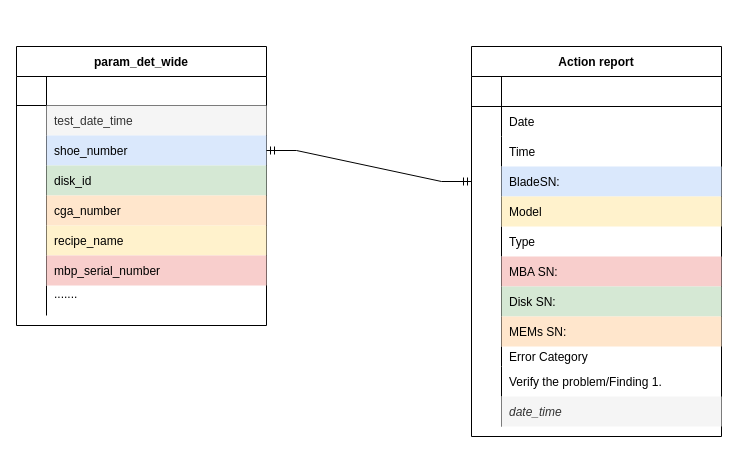
Above: Untitled Diagram.drawio in Panhavath/cv (draw.io), before the change. Source tidied: cells renumbered, new cells numbered last; positions are measured from the earlier drawing's top-left corner, leaving out a move shared by most shapes. Both pictures are drawn from the tidied source at 100%, with x=0, y=0 at pixel (16, 46).
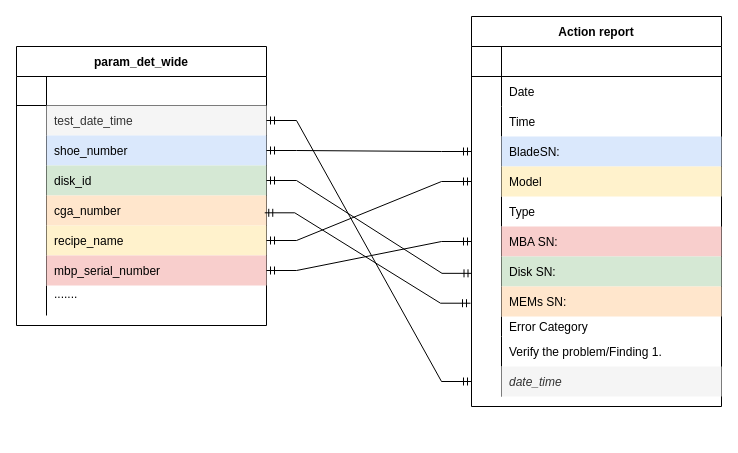
After the change.

Unchanged cells that the change refers to:
```xml
<mxCell id="6" style="shape=partialRectangle;fillColor=none;points=[[0,0.5],[1,0.5]];portConstraint=eastwest;top=0;left=0;right=0;bottom=0;" parent="2" vertex="1">
  <mxGeometry y="59" width="250" height="30" as="geometry" />
</mxCell>
<mxCell id="12" style="shape=tableRow;horizontal=0;startSize=0;swimlaneHead=0;swimlaneBody=0;fillColor=none;points=[[0,0.5],[1,0.5]];portConstraint=eastwest;top=0;left=0;right=0;bottom=0;" parent="2" vertex="1">
  <mxGeometry y="119" width="250" height="30" as="geometry" />
</mxCell>
<mxCell id="15" style="shape=tableRow;horizontal=0;startSize=0;swimlaneHead=0;swimlaneBody=0;fillColor=none;points=[[0,0.5],[1,0.5]];portConstraint=eastwest;top=0;left=0;right=0;bottom=0;" parent="2" vertex="1">
  <mxGeometry y="149" width="250" height="30" as="geometry" />
</mxCell>
<mxCell id="18" style="shape=tableRow;horizontal=0;startSize=0;swimlaneHead=0;swimlaneBody=0;fillColor=none;points=[[0,0.5],[1,0.5]];portConstraint=eastwest;top=0;left=0;right=0;bottom=0;" parent="2" vertex="1">
  <mxGeometry y="179" width="250" height="30" as="geometry" />
</mxCell>
<mxCell id="21" style="shape=tableRow;horizontal=0;startSize=0;swimlaneHead=0;swimlaneBody=0;fillColor=none;points=[[0,0.5],[1,0.5]];portConstraint=eastwest;top=0;left=0;right=0;bottom=0;" parent="2" vertex="1">
  <mxGeometry y="209" width="250" height="30" as="geometry" />
</mxCell>
<mxCell id="40" style="shape=tableRow;horizontal=0;startSize=0;swimlaneHead=0;swimlaneBody=0;fillColor=none;points=[[0,0.5],[1,0.5]];portConstraint=eastwest;top=0;left=0;right=0;bottom=0;" parent="27" vertex="1">
  <mxGeometry y="150" width="250" height="30" as="geometry" />
</mxCell>
<mxCell id="46" style="shape=tableRow;horizontal=0;startSize=0;swimlaneHead=0;swimlaneBody=0;fillColor=none;points=[[0,0.5],[1,0.5]];portConstraint=eastwest;top=0;left=0;right=0;bottom=0;" parent="27" vertex="1">
  <mxGeometry y="210" width="250" height="30" as="geometry" />
</mxCell>
<mxCell id="49" style="shape=tableRow;horizontal=0;startSize=0;swimlaneHead=0;swimlaneBody=0;fillColor=none;points=[[0,0.5],[1,0.5]];portConstraint=eastwest;top=0;left=0;right=0;bottom=0;" parent="27" vertex="1">
  <mxGeometry y="240" width="250" height="30" as="geometry" />
</mxCell>
<mxCell id="52" style="shape=tableRow;horizontal=0;startSize=0;swimlaneHead=0;swimlaneBody=0;fillColor=none;points=[[0,0.5],[1,0.5]];portConstraint=eastwest;top=0;left=0;right=0;bottom=0;" parent="27" vertex="1">
  <mxGeometry y="270" width="250" height="30" as="geometry" />
</mxCell>
<mxCell id="61" style="shape=tableRow;horizontal=0;startSize=0;swimlaneHead=0;swimlaneBody=0;fillColor=none;points=[[0,0.5],[1,0.5]];portConstraint=eastwest;top=0;left=0;right=0;bottom=0;" parent="27" vertex="1">
  <mxGeometry y="350" width="250" height="30" as="geometry" />
</mxCell>
```

Change to the diagram source:
```diff
@@
     <mxCell id="27" value="Action report" style="shape=table;startSize=30;childLayout=tableLayout;rowLines=0;fontStyle=1;align=center;" parent="1" vertex="1">
-      <mxGeometry x="455" width="250" height="390" as="geometry" />
+      <mxGeometry x="455" y="-30" width="250" height="390" as="geometry" />
     </mxCell>
@@
+    <mxCell id="65" style="edgeStyle=entityRelationEdgeStyle;fontSize=12;html=1;endArrow=ERmandOne;startArrow=ERmandOne;rounded=0;entryX=0.002;entryY=0.561;entryDx=0;entryDy=0;entryPerimeter=0;" parent="1" edge="1" source="12" target="49">
+      <mxGeometry relative="1" as="geometry">
+        <Array as="points">
+          <mxPoint x="190" y="220" />
+        </Array>
+      </mxGeometry>
+    </mxCell>
+    <mxCell id="66" style="edgeStyle=entityRelationEdgeStyle;fontSize=12;html=1;endArrow=ERmandOne;startArrow=ERmandOne;rounded=0;entryX=-0.004;entryY=0.557;entryDx=0;entryDy=0;entryPerimeter=0;exitX=0.993;exitY=0.577;exitDx=0;exitDy=0;exitPerimeter=0;" parent="1" edge="1" source="15" target="52">
+      <mxGeometry relative="1" as="geometry">
+        <Array as="points">
+          <mxPoint x="200" y="230" />
+        </Array>
+      </mxGeometry>
+    </mxCell>
+    <mxCell id="67" style="edgeStyle=entityRelationEdgeStyle;fontSize=12;html=1;endArrow=ERmandOne;startArrow=ERmandOne;rounded=0;exitX=1;exitY=0.5;exitDx=0;exitDy=0;" parent="1" edge="1" source="18" target="40">
+      <mxGeometry relative="1" as="geometry">
+        <Array as="points">
+          <mxPoint x="210" y="240" />
+        </Array>
+      </mxGeometry>
+    </mxCell>
+    <mxCell id="68" style="edgeStyle=entityRelationEdgeStyle;fontSize=12;html=1;endArrow=ERmandOne;startArrow=ERmandOne;rounded=0;exitX=1;exitY=0.5;exitDx=0;exitDy=0;entryX=0;entryY=0.5;entryDx=0;entryDy=0;" parent="1" edge="1" source="21" target="46">
+      <mxGeometry relative="1" as="geometry">
+        <Array as="points">
+          <mxPoint x="220" y="250" />
+        </Array>
+      </mxGeometry>
+    </mxCell>
+    <mxCell id="69" style="edgeStyle=entityRelationEdgeStyle;fontSize=12;html=1;endArrow=ERmandOne;startArrow=ERmandOne;rounded=0;exitX=1;exitY=0.5;exitDx=0;exitDy=0;entryX=0;entryY=0.5;entryDx=0;entryDy=0;" parent="1" edge="1" source="6" target="61">
+      <mxGeometry relative="1" as="geometry">
+        <Array as="points">
+          <mxPoint x="190" y="220" />
+        </Array>
+      </mxGeometry>
+    </mxCell>
```
